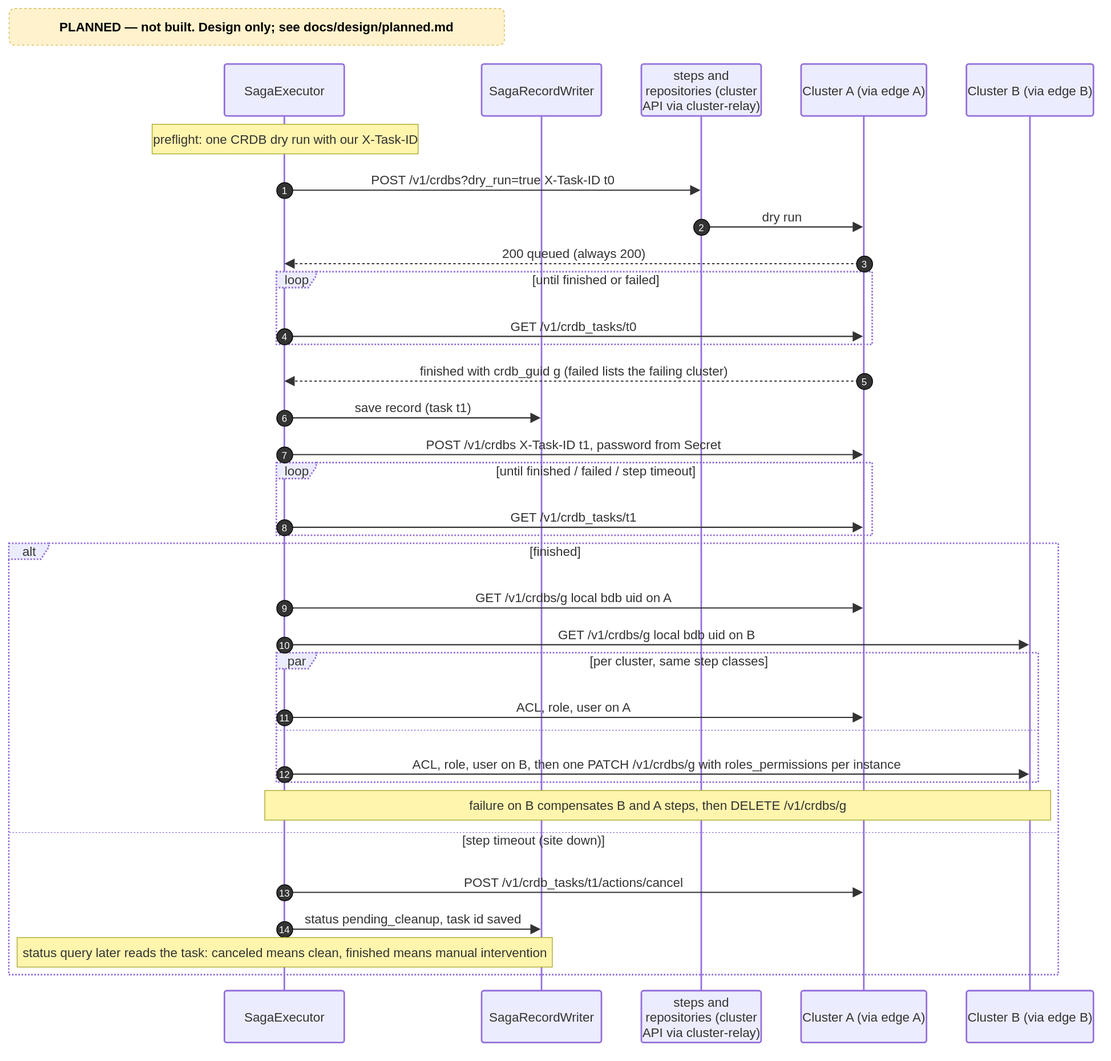
EliShteinman/redis-enterprise-services keeps this draw.io diagram as docs/diagrams/planned/p1-seq-create-active-active.drawio.svg. Above is the earlier version. Source tidied: cells renumbered, new cells last; positions are measured from the earlier drawing's top-left corner, leaving out a move shared by most shapes.
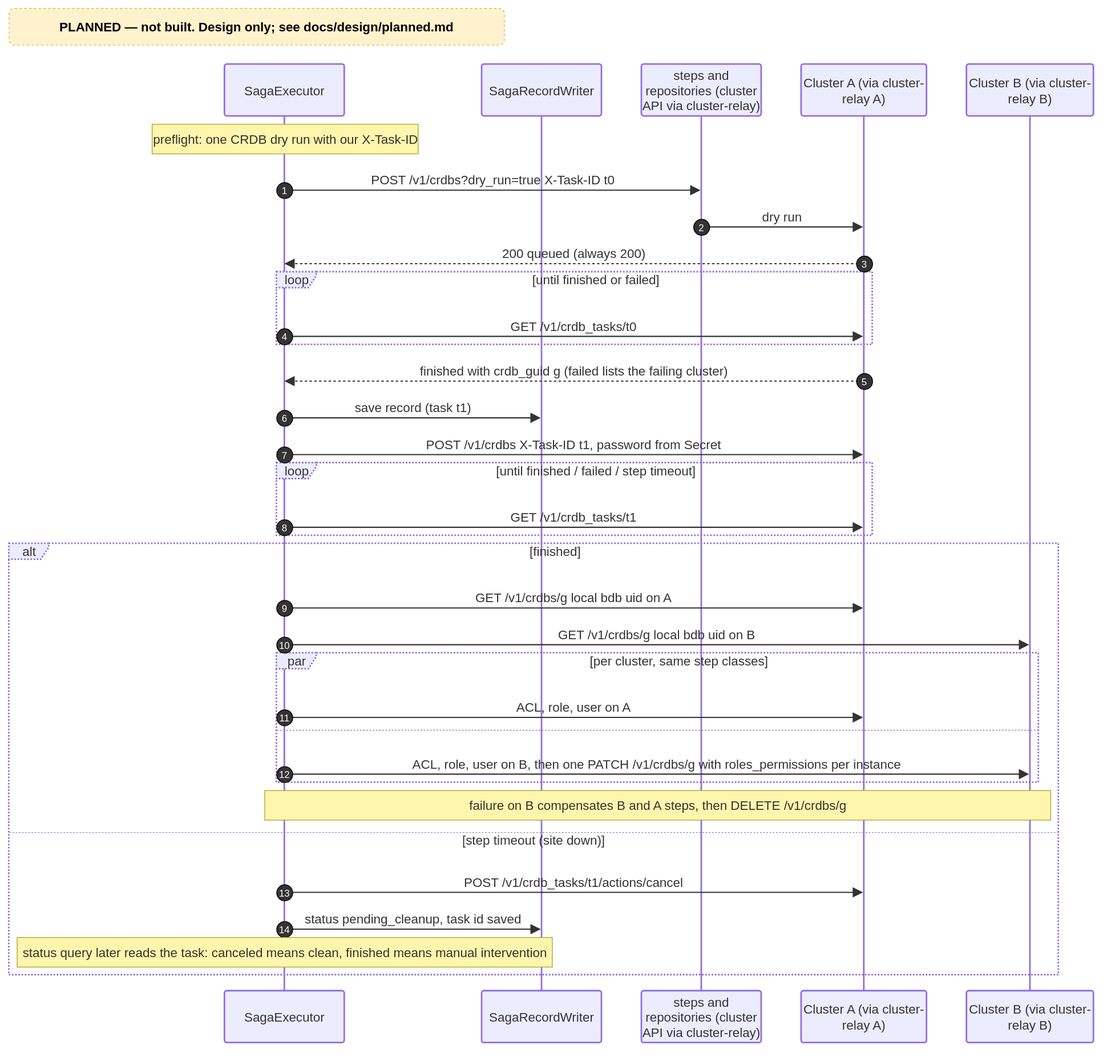
The same file after the commit.

The edit, as a diff of the source:
```diff
@@ -11,10 +11,10 @@
     <mxCell id="4" value="steps and repositories (cluster API via cluster-relay)" style="html=1;shape=umlLifeline;perimeter=lifelinePerimeter;whiteSpace=wrap;outlineConnect=0;portConstraint=eastwest;newEdgeStyle={&quot;edgeStyle&quot;:&quot;sequenceEdgeStyle&quot;,&quot;libavoidRouting&quot;:0,&quot;curved&quot;:0,&quot;rounded&quot;:0};lifelineDashed=0;strokeWidth=2;rounded=1;absoluteArcSize=1;arcSize=6;lifelineColor=light-dark(#9370DB,#cccccc);size=65;lifelineMirror=1;fillColor=light-dark(#ECECFF,#1f2020);strokeColor=light-dark(#9370DB,#cccccc);fontColor=light-dark(#333333,#cccccc);fontFamily=Trebuchet MS,Verdana,Arial,sans-serif;fontSize=16;" parent="1" vertex="1">
       <mxGeometry x="792" y="70" width="150" height="1225" as="geometry" />
     </mxCell>
-    <mxCell id="5" value="Cluster A (via edge A)" style="html=1;shape=umlLifeline;perimeter=lifelinePerimeter;whiteSpace=wrap;outlineConnect=0;portConstraint=eastwest;newEdgeStyle={&quot;edgeStyle&quot;:&quot;sequenceEdgeStyle&quot;,&quot;libavoidRouting&quot;:0,&quot;curved&quot;:0,&quot;rounded&quot;:0};lifelineDashed=0;strokeWidth=2;rounded=1;absoluteArcSize=1;arcSize=6;lifelineColor=light-dark(#9370DB,#cccccc);size=65;lifelineMirror=1;fillColor=light-dark(#ECECFF,#1f2020);strokeColor=light-dark(#9370DB,#cccccc);fontColor=light-dark(#333333,#cccccc);fontFamily=Trebuchet MS,Verdana,Arial,sans-serif;fontSize=16;" parent="1" vertex="1">
+    <mxCell id="5" value="Cluster A (via cluster-relay A)" style="html=1;shape=umlLifeline;perimeter=lifelinePerimeter;whiteSpace=wrap;outlineConnect=0;portConstraint=eastwest;newEdgeStyle={&quot;edgeStyle&quot;:&quot;sequenceEdgeStyle&quot;,&quot;libavoidRouting&quot;:0,&quot;curved&quot;:0,&quot;rounded&quot;:0};lifelineDashed=0;strokeWidth=2;rounded=1;absoluteArcSize=1;arcSize=6;lifelineColor=light-dark(#9370DB,#cccccc);size=65;lifelineMirror=1;fillColor=light-dark(#ECECFF,#1f2020);strokeColor=light-dark(#9370DB,#cccccc);fontColor=light-dark(#333333,#cccccc);fontFamily=Trebuchet MS,Verdana,Arial,sans-serif;fontSize=16;" parent="1" vertex="1">
       <mxGeometry x="992" y="70" width="157" height="1225" as="geometry" />
     </mxCell>
-    <mxCell id="6" value="Cluster B (via edge B)" style="html=1;shape=umlLifeline;perimeter=lifelinePerimeter;whiteSpace=wrap;outlineConnect=0;portConstraint=eastwest;newEdgeStyle={&quot;edgeStyle&quot;:&quot;sequenceEdgeStyle&quot;,&quot;libavoidRouting&quot;:0,&quot;curved&quot;:0,&quot;rounded&quot;:0};lifelineDashed=0;strokeWidth=2;rounded=1;absoluteArcSize=1;arcSize=6;lifelineColor=light-dark(#9370DB,#cccccc);size=65;lifelineMirror=1;fillColor=light-dark(#ECECFF,#1f2020);strokeColor=light-dark(#9370DB,#cccccc);fontColor=light-dark(#333333,#cccccc);fontFamily=Trebuchet MS,Verdana,Arial,sans-serif;fontSize=16;" parent="1" vertex="1">
+    <mxCell id="6" value="Cluster B (via cluster-relay B)" style="html=1;shape=umlLifeline;perimeter=lifelinePerimeter;whiteSpace=wrap;outlineConnect=0;portConstraint=eastwest;newEdgeStyle={&quot;edgeStyle&quot;:&quot;sequenceEdgeStyle&quot;,&quot;libavoidRouting&quot;:0,&quot;curved&quot;:0,&quot;rounded&quot;:0};lifelineDashed=0;strokeWidth=2;rounded=1;absoluteArcSize=1;arcSize=6;lifelineColor=light-dark(#9370DB,#cccccc);size=65;lifelineMirror=1;fillColor=light-dark(#ECECFF,#1f2020);strokeColor=light-dark(#9370DB,#cccccc);fontColor=light-dark(#333333,#cccccc);fontFamily=Trebuchet MS,Verdana,Arial,sans-serif;fontSize=16;" parent="1" vertex="1">
       <mxGeometry x="1199" y="70" width="159" height="1225" as="geometry" />
     </mxCell>
     <mxCell id="7" value="loop" style="html=1;shape=umlFrame;dashed=1;fixDash=1;dashPattern=2 2;strokeWidth=2;fillColor=light-dark(#ECECFF,#1f2020);strokeColor=light-dark(#9370DB,#cccccc);fontSize=16;align=center;verticalAlign=middle;fontFamily=Trebuchet MS,Verdana,Arial,sans-serif;fontColor=light-dark(#333333,#cccccc);height=20;width=50;" parent="1" vertex="1">
```
